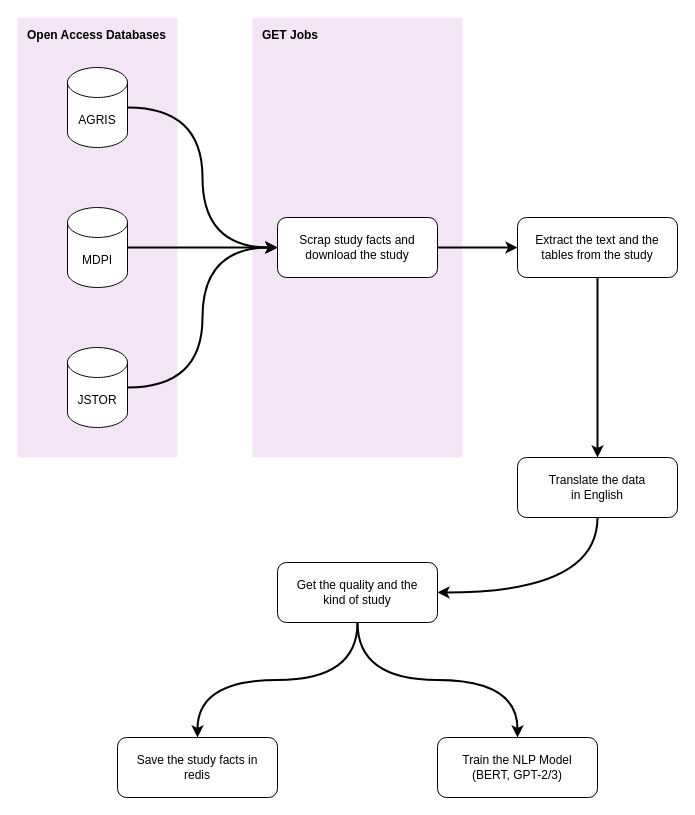
The draw.io diagram Truely_Concept.drawio in Truely-Code/basic_things, before the edit. Source tidied: cells renumbered, new cells numbered last; positions are measured from the earlier drawing's top-left corner, leaving out a move shared by most shapes. Both pictures are drawn from the tidied source at 100%, with x=0, y=0 at pixel (17, 17).
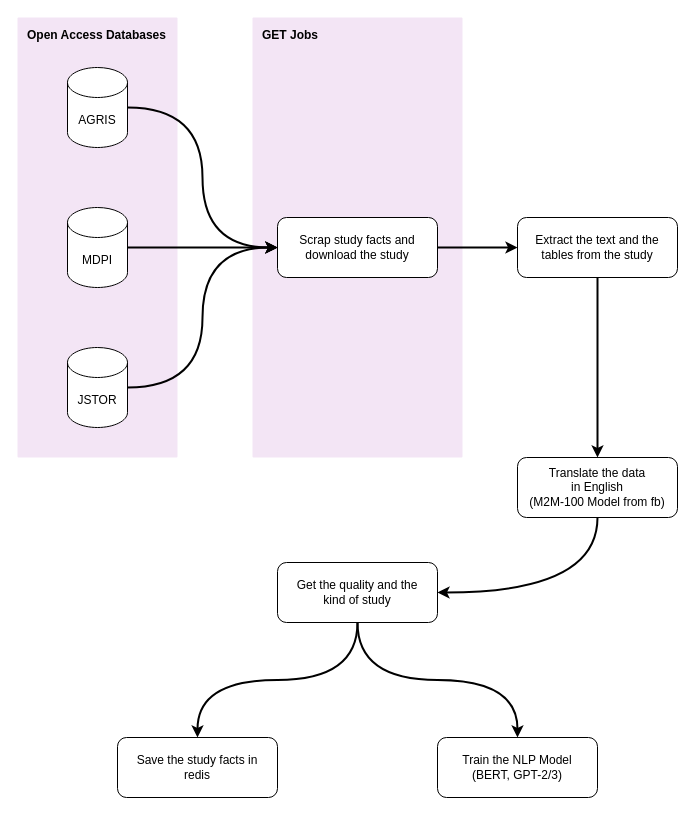
The same diagram, later.

Diff of the diagram source:
```diff
@@
-    <mxCell id="11" value="Translate the data&lt;br&gt;in English" style="rounded=1;whiteSpace=wrap;html=1;" parent="1" vertex="1">
+    <mxCell id="11" value="Translate the data&lt;br&gt;in English&lt;br&gt;(M2M-100 Model from fb)" style="rounded=1;whiteSpace=wrap;html=1;" parent="1" vertex="1">
       <mxGeometry x="500" y="440" width="160" height="60" as="geometry" />
     </mxCell>
```
